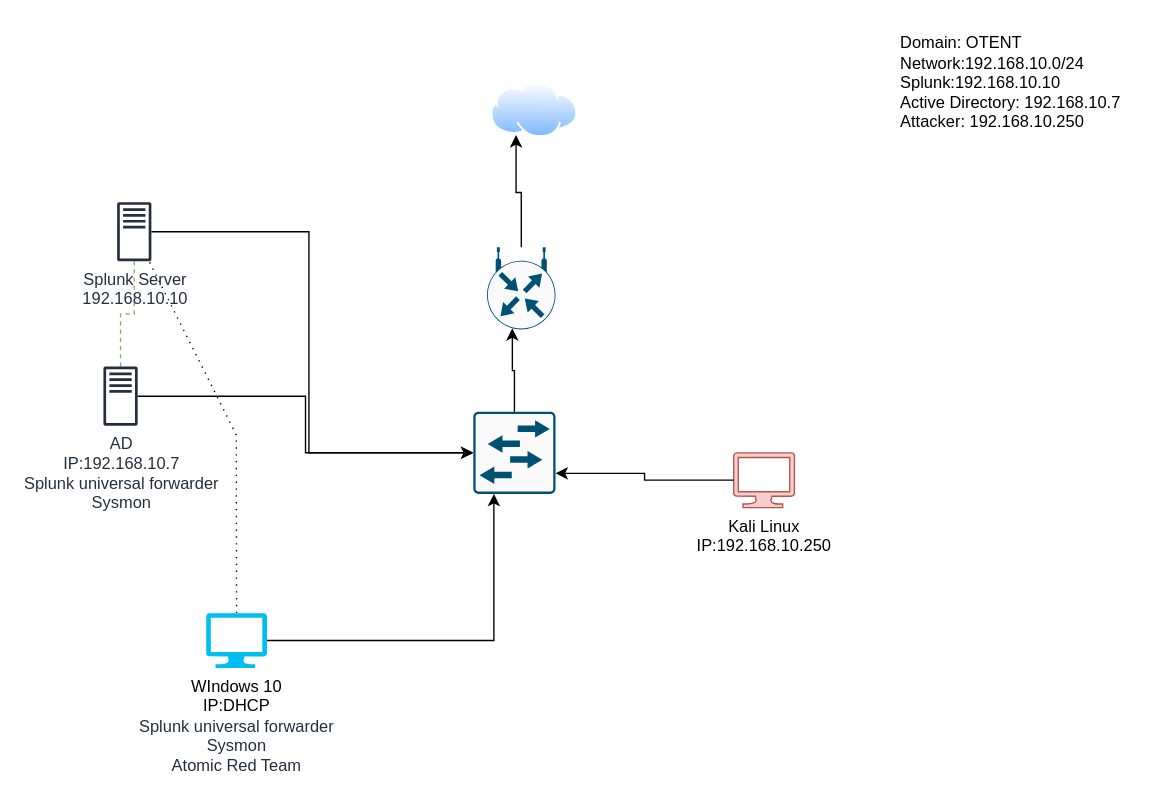
The draw.io diagram Untitled Diagram.drawio in otarunero/Active-Directory-Splunk-KaliLinux-AtomicRedTeam-, before the edit. Source tidied: cells renumbered, new cells numbered last; positions are measured from the earlier drawing's top-left corner, leaving out a move shared by most shapes. Both pictures are drawn from the tidied source at 137%, with x=0, y=0 at pixel (103, 23).
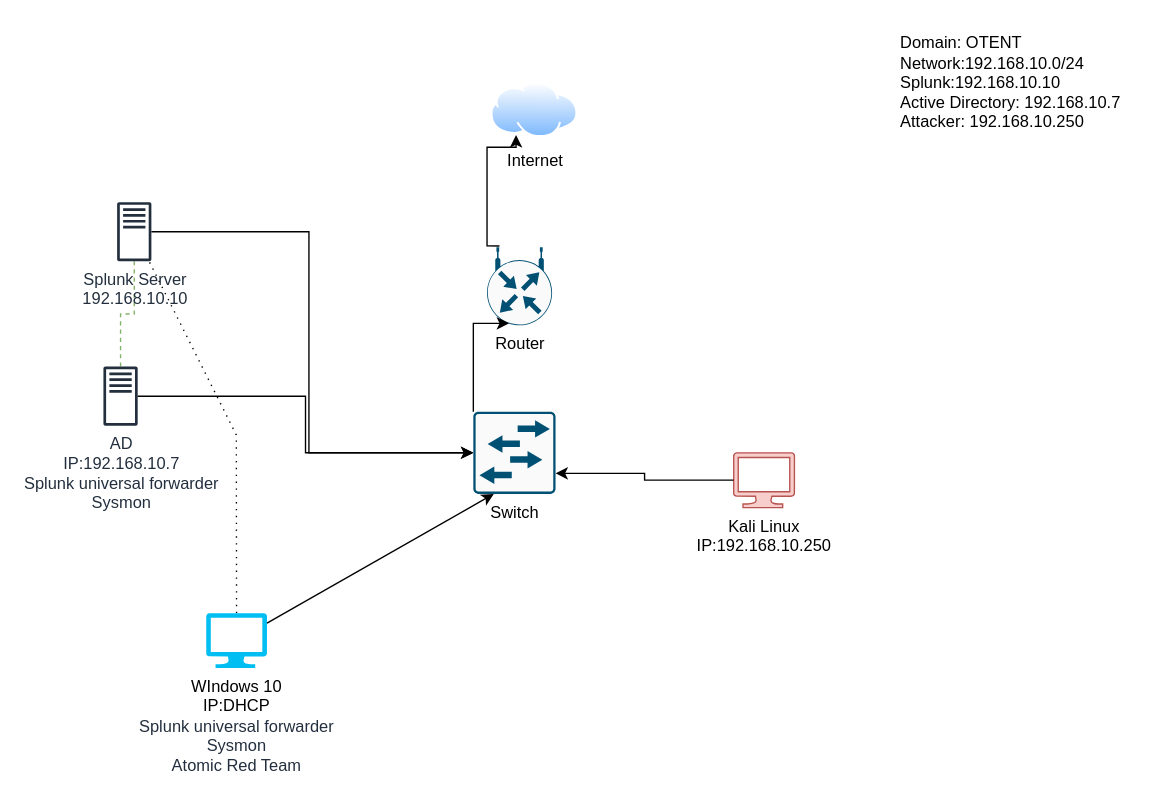
The same diagram, later.

The change refers to these unchanged cells:
```xml
<mxCell id="7" value="WIndows 10&lt;div&gt;IP:DHCP&lt;/div&gt;&lt;div&gt;&lt;div style=&quot;color: rgb(35, 47, 62);&quot;&gt;Splunk universal forwarder&lt;/div&gt;&lt;div style=&quot;color: rgb(35, 47, 62);&quot;&gt;Sysmon&lt;/div&gt;&lt;/div&gt;&lt;div style=&quot;color: rgb(35, 47, 62);&quot;&gt;Atomic Red Team&lt;/div&gt;" style="verticalLabelPosition=bottom;html=1;verticalAlign=top;align=center;strokeColor=none;fillColor=#00BEF2;shape=mxgraph.azure.computer;" parent="1" vertex="1">
  <mxGeometry x="75" y="430" width="44.4" height="40" as="geometry" />
</mxCell>
```

Change to the diagram source:
```diff
@@
-    <mxCell id="9" style="image;perimeter=ellipsePerimeter;html=1;align=center;shadow=0;dashed=0;spacingTop=3;image=img/lib/active_directory/internet_cloud.svg;" parent="1" vertex="1">
+    <mxCell id="9" value="Internet" style="image;perimeter=ellipsePerimeter;html=1;align=center;shadow=0;dashed=0;spacingTop=3;image=img/lib/active_directory/internet_cloud.svg;" parent="1" vertex="1">
       <mxGeometry x="283" y="43" width="63.5" height="40" as="geometry" />
     </mxCell>
-    <mxCell id="10" style="sketch=0;points=[[0.015,0.015,0],[0.985,0.015,0],[0.985,0.985,0],[0.015,0.985,0],[0.25,0,0],[0.5,0,0],[0.75,0,0],[1,0.25,0],[1,0.5,0],[1,0.75,0],[0.75,1,0],[0.5,1,0],[0.25,1,0],[0,0.75,0],[0,0.5,0],[0,0.25,0]];verticalLabelPosition=bottom;html=1;verticalAlign=top;align=center;shape=mxgraph.cisco19.rect;prIcon=l2_switch;fillColor=#FAFAFA;strokeColor=#005073;" parent="1" vertex="1">
+    <mxCell id="10" value="Switch" style="sketch=0;points=[[0.015,0.015,0],[0.985,0.015,0],[0.985,0.985,0],[0.015,0.985,0],[0.25,0,0],[0.5,0,0],[0.75,0,0],[1,0.25,0],[1,0.5,0],[1,0.75,0],[0.75,1,0],[0.5,1,0],[0.25,1,0],[0,0.75,0],[0,0.5,0],[0,0.25,0]];verticalLabelPosition=bottom;html=1;verticalAlign=top;align=center;shape=mxgraph.cisco19.rect;prIcon=l2_switch;fillColor=#FAFAFA;strokeColor=#005073;" parent="1" vertex="1">
       <mxGeometry x="270" y="283" width="60" height="60" as="geometry" />
     </mxCell>
-    <mxCell id="11" style="rounded=0;jettySize=auto;html=1;entryX=0.25;entryY=1;entryDx=0;entryDy=0;edgeStyle=orthogonalEdgeStyle;" parent="1" edge="1" source="12" target="9">
-      <mxGeometry relative="1" as="geometry" />
+    <mxCell id="11" style="rounded=0;jettySize=auto;html=1;entryX=0.25;entryY=1;entryDx=0;entryDy=0;edgeStyle=orthogonalEdgeStyle;exitX=0.191;exitY=-0.017;exitDx=0;exitDy=0;exitPerimeter=0;" parent="1" edge="1" source="12" target="9">
+      <mxGeometry relative="1" as="geometry">
+        <Array as="points">
+          <mxPoint x="280" y="162" />
+          <mxPoint x="280" y="90" />
+          <mxPoint x="301" y="90" />
+        </Array>
+      </mxGeometry>
     </mxCell>
-    <mxCell id="12" style="sketch=0;points=[[0.5,0,0],[1,0.5,0],[0.5,1,0],[0,0.5,0],[0.145,0.145,0],[0.8555,0.145,0],[0.855,0.8555,0],[0.145,0.855,0]];verticalLabelPosition=bottom;html=1;verticalAlign=top;align=center;shape=mxgraph.cisco19.rect;prIcon=wireless_router;fillColor=#FAFAFA;strokeColor=#005073;" parent="1" vertex="1">
-      <mxGeometry x="280" y="163" width="50" height="60" as="geometry" />
-    </mxCell>
-    <mxCell id="13" style="edgeStyle=orthogonalEdgeStyle;rounded=0;jettySize=auto;html=1;entryX=0.25;entryY=1;entryDx=0;entryDy=0;entryPerimeter=0;" parent="1" edge="1" source="7" target="10">
+    <mxCell id="13" style="rounded=0;jettySize=auto;html=1;entryX=0.25;entryY=1;entryDx=0;entryDy=0;entryPerimeter=0;" parent="1" edge="1" source="7" target="10">
       <mxGeometry relative="1" as="geometry" />
     </mxCell>
@@
-    <mxCell id="15" style="edgeStyle=orthogonalEdgeStyle;rounded=0;jettySize=auto;html=1;entryX=0.369;entryY=0.985;entryDx=0;entryDy=0;entryPerimeter=0;" parent="1" edge="1" source="10" target="12">
-      <mxGeometry relative="1" as="geometry" />
-    </mxCell>
@@
+    <mxCell id="12" value="Router" style="sketch=0;points=[[0.5,0,0],[1,0.5,0],[0.5,1,0],[0,0.5,0],[0.145,0.145,0],[0.8555,0.145,0],[0.855,0.8555,0],[0.145,0.855,0]];verticalLabelPosition=bottom;html=1;verticalAlign=top;align=center;shape=mxgraph.cisco19.rect;prIcon=wireless_router;fillColor=#FAFAFA;strokeColor=#005073;" parent="1" vertex="1">
+      <mxGeometry x="280" y="163" width="47.5" height="57" as="geometry" />
+    </mxCell>
+    <mxCell id="15" style="edgeStyle=orthogonalEdgeStyle;rounded=0;jettySize=auto;html=1;entryX=0.339;entryY=0.974;entryDx=0;entryDy=0;entryPerimeter=0;" parent="1" edge="1" source="10" target="12">
+      <mxGeometry relative="1" as="geometry">
+        <Array as="points">
+          <mxPoint x="270" y="219" />
+        </Array>
+      </mxGeometry>
+    </mxCell>
```
